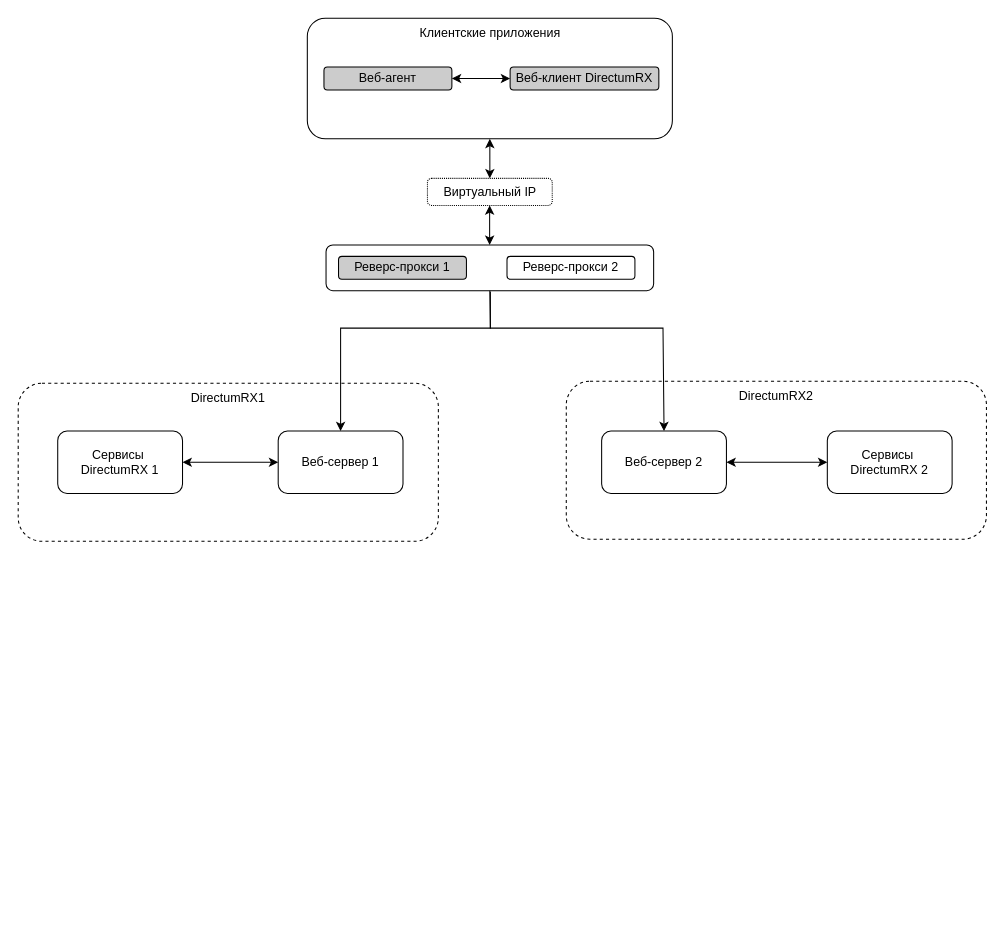
RGNGIT/acl-server keeps this draw.io diagram as Alpha.drawio. Above is the earlier version. Source tidied: cells renumbered, new cells numbered last; positions are measured from the earlier drawing's top-left corner, leaving out a move shared by most shapes. Both pictures are drawn from the tidied source at 104%, with x=0, y=0 at pixel (18, 18).
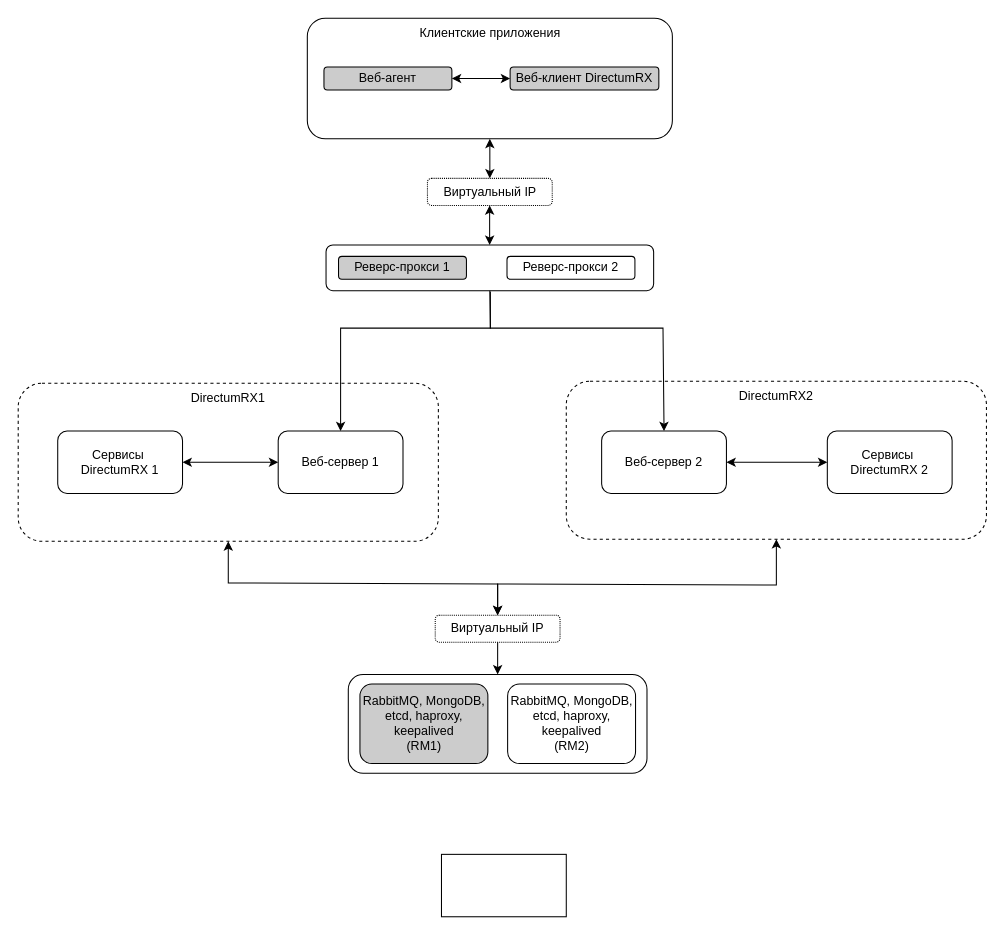
Above is the later version.

The change refers to these unchanged cells:
```xml
<mxCell id="13" style="rounded=1;whiteSpace=wrap;html=1;dashed=1;" parent="1" vertex="1">
  <mxGeometry y="351" width="404" height="152" as="geometry" />
</mxCell>
<mxCell id="15" style="rounded=1;whiteSpace=wrap;html=1;dashed=1;" parent="1" vertex="1">
  <mxGeometry x="527" y="349" width="404" height="152" as="geometry" />
</mxCell>
```

The edit, as a diff of the source:
```diff
@@
+    <mxCell id="25" value="Виртуальный IP" style="rounded=1;whiteSpace=wrap;html=1;fillStyle=auto;dashed=1;dashPattern=1 1;" parent="1" vertex="1">
+      <mxGeometry x="401" y="574" width="120" height="26" as="geometry" />
+    </mxCell>
+    <mxCell id="26" style="endArrow=classic;startArrow=classic;html=1;rounded=0;exitX=0.5;exitY=1;exitDx=0;exitDy=0;entryX=0.5;entryY=0;entryDx=0;entryDy=0;" parent="1" edge="1" source="13" target="25">
+      <mxGeometry relative="1" as="geometry">
+        <Array as="points">
+          <mxPoint x="202" y="543" />
+          <mxPoint x="461" y="544" />
+        </Array>
+      </mxGeometry>
+    </mxCell>
+    <mxCell id="27" style="endArrow=classic;startArrow=classic;html=1;rounded=0;exitX=0.5;exitY=0;exitDx=0;exitDy=0;entryX=0.5;entryY=1;entryDx=0;entryDy=0;" parent="1" edge="1" source="25" target="15">
+      <mxGeometry relative="1" as="geometry">
+        <Array as="points">
+          <mxPoint x="461" y="544" />
+          <mxPoint x="729" y="545" />
+        </Array>
+      </mxGeometry>
+    </mxCell>
+    <mxCell id="28" style="rounded=1;whiteSpace=wrap;html=1;" parent="1" vertex="1">
+      <mxGeometry x="317.4" y="631" width="287.2" height="95" as="geometry" />
+    </mxCell>
+    <mxCell id="29" value="RabbitMQ, MongoDB, etcd, haproxy, keepalived&lt;br&gt;(RM1)" style="rounded=1;whiteSpace=wrap;html=1;fillColor=#CCCCCC;" parent="1" vertex="1">
+      <mxGeometry x="328.6" y="640.2" width="123" height="76.5" as="geometry" />
+    </mxCell>
+    <mxCell id="30" value="RabbitMQ, MongoDB, etcd, haproxy, keepalived&lt;br&gt;(RM2)" style="rounded=1;whiteSpace=wrap;html=1;fillColor=#FFFFFF;" parent="1" vertex="1">
+      <mxGeometry x="470.6" y="640.2" width="123" height="76.5" as="geometry" />
+    </mxCell>
+    <mxCell id="31" style="endArrow=classic;html=1;rounded=0;exitX=0.5;exitY=1;exitDx=0;exitDy=0;entryX=0.5;entryY=0;entryDx=0;entryDy=0;" parent="1" edge="1" source="25" target="28">
+      <mxGeometry relative="1" as="geometry" />
+    </mxCell>
+    <mxCell id="32" style="rounded=0;whiteSpace=wrap;html=1;" parent="1" vertex="1">
+      <mxGeometry x="407" y="804" width="120" height="60" as="geometry" />
+    </mxCell>
```
